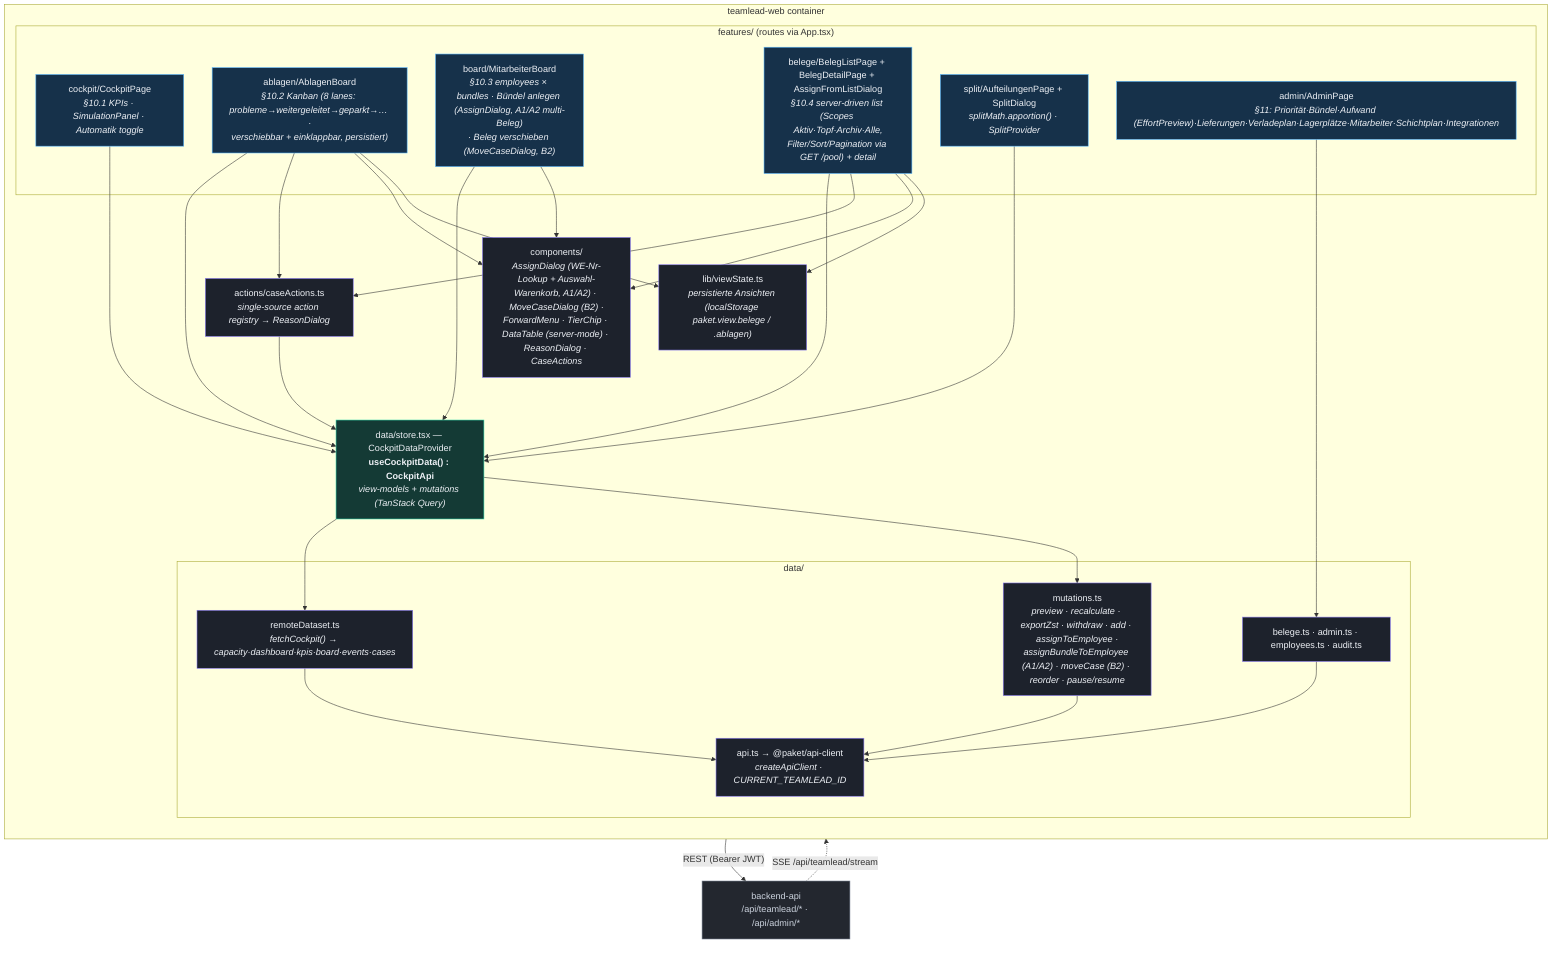
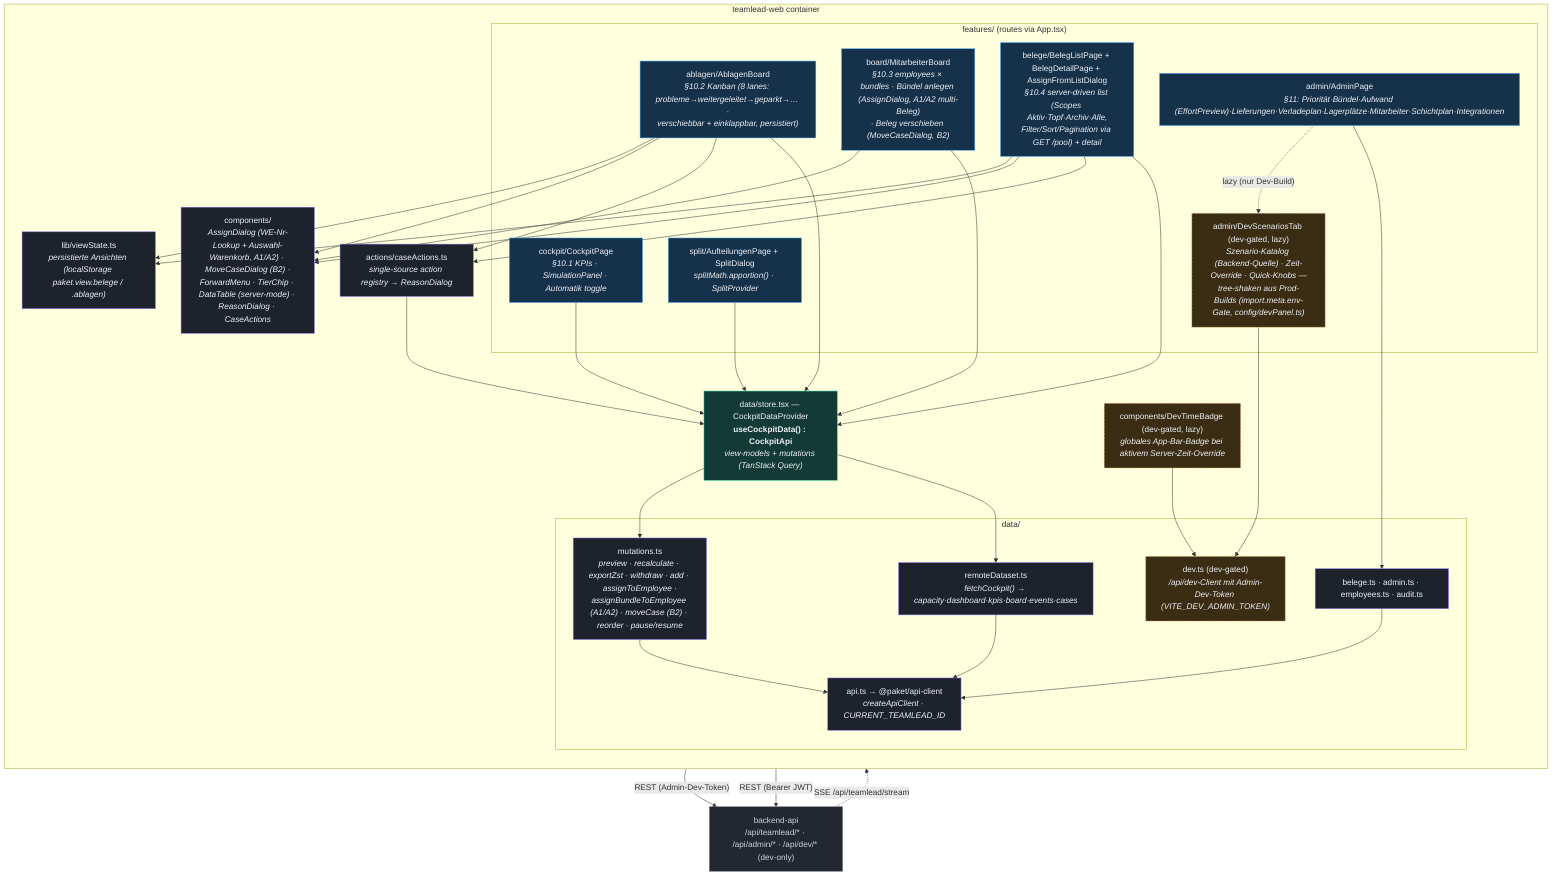
%% C4 Level 3 — Components: teamlead-web (React + Vite + MUI, TanStack Query)
%% Verified against apps/teamlead-web/src/* (features/, data/, actions/, components/).
flowchart TB
    classDef feat fill:#16314a,stroke:#56b6ff,color:#eef1f6;
    classDef store fill:#143a35,stroke:#2dd4a7,color:#eef1f6;
    classDef logic fill:#1d222c,stroke:#8b7cf6,color:#eef1f6;
    classDef ext fill:#23272f,stroke:#7c8696,color:#cbd2dd;
+     classDef dev fill:#3a2d14,stroke:#e5b567,color:#eef1f6,stroke-dasharray:4 3;

-     api["backend-api<br/>/api/teamlead/* · /api/admin/*"]:::ext
+     api["backend-api<br/>/api/teamlead/* · /api/admin/* · /api/dev/* (dev-only)"]:::ext

    subgraph web["teamlead-web container"]
        direction TB
        subgraph features["features/ (routes via App.tsx)"]
            cockpit["cockpit/CockpitPage<br/><i>§10.1 KPIs · SimulationPanel · Automatik toggle</i>"]:::feat
            ablagen["ablagen/AblagenBoard<br/><i>§10.2 Kanban (8 lanes: probleme→weitergeleitet→geparkt→… ·<br/>verschiebbar + einklappbar, persistiert)</i>"]:::feat
            board["board/MitarbeiterBoard<br/><i>§10.3 employees × bundles · Bündel anlegen (AssignDialog, A1/A2 multi-Beleg)<br/>· Beleg verschieben (MoveCaseDialog, B2)</i>"]:::feat
            belege["belege/BelegListPage + BelegDetailPage + AssignFromListDialog<br/><i>§10.4 server-driven list (Scopes Aktiv·Topf·Archiv·Alle,<br/>Filter/Sort/Pagination via GET /pool) + detail</i>"]:::feat
            split["split/AufteilungenPage + SplitDialog<br/><i>splitMath.apportion() · SplitProvider</i>"]:::feat
            admin["admin/AdminPage<br/><i>§11: Priorität·Bündel·Aufwand (EffortPreview)·Lieferungen·Verladeplan·Lagerplätze·Mitarbeiter·Schichtplan·Integrationen</i>"]:::feat
+             devtab["admin/DevScenariosTab (dev-gated, lazy)<br/><i>Szenario-Katalog (Backend-Quelle) · Zeit-Override · Quick-Knobs —<br/>tree-shaken aus Prod-Builds (import.meta.env-Gate, config/devPanel.ts)</i>"]:::dev
        end
+         devbadge["components/DevTimeBadge (dev-gated, lazy)<br/><i>globales App-Bar-Badge bei aktivem Server-Zeit-Override</i>"]:::dev
        store["data/store.tsx — CockpitDataProvider<br/><b>useCockpitData() : CockpitApi</b><br/><i>view-models + mutations (TanStack Query)</i>"]:::store
        subgraph datal["data/"]
            remote["remoteDataset.ts<br/><i>fetchCockpit() → capacity·dashboard·kpis·board·events·cases</i>"]:::logic
            belegeData["belege.ts · admin.ts · employees.ts · audit.ts"]:::logic
+             devData["dev.ts (dev-gated)<br/><i>/api/dev-Client mit Admin-Dev-Token (VITE_DEV_ADMIN_TOKEN)</i>"]:::dev
            mutations["mutations.ts<br/><i>preview · recalculate · exportZst · withdraw · add · assignToEmployee ·<br/>assignBundleToEmployee (A1/A2) · moveCase (B2) · reorder · pause/resume</i>"]:::logic
            apiClient["api.ts → @paket/api-client<br/><i>createApiClient · CURRENT_TEAMLEAD_ID</i>"]:::logic
        end
        actions["actions/caseActions.ts<br/><i>single-source action registry → ReasonDialog</i>"]:::logic
        shared["components/<br/><i>AssignDialog (WE-Nr-Lookup + Auswahl-Warenkorb, A1/A2) · MoveCaseDialog (B2) ·<br/>ForwardMenu · TierChip · DataTable (server-mode) · ReasonDialog · CaseActions</i>"]:::logic
        viewState["lib/viewState.ts<br/><i>persistierte Ansichten (localStorage paket.view.belege / .ablagen)</i>"]:::logic
    end

    cockpit --> store
    ablagen --> store
    board --> store
    belege --> store
    split --> store
    admin --> belegeData
+     admin -. "lazy (nur Dev-Build)" .-> devtab
+     devtab --> devData
+     devbadge --> devData
+     devData -->|"REST (Admin-Dev-Token)"| api
    ablagen --> actions
    belege --> actions
    actions --> store
    board --> shared
    ablagen --> shared
    belege --> shared
    ablagen --> viewState
    belege --> viewState
    store --> remote
    store --> mutations
    remote --> apiClient
    mutations --> apiClient
    belegeData --> apiClient
    apiClient -->|"REST (Bearer JWT)"| api
    api -. "SSE /api/teamlead/stream" .-> store
